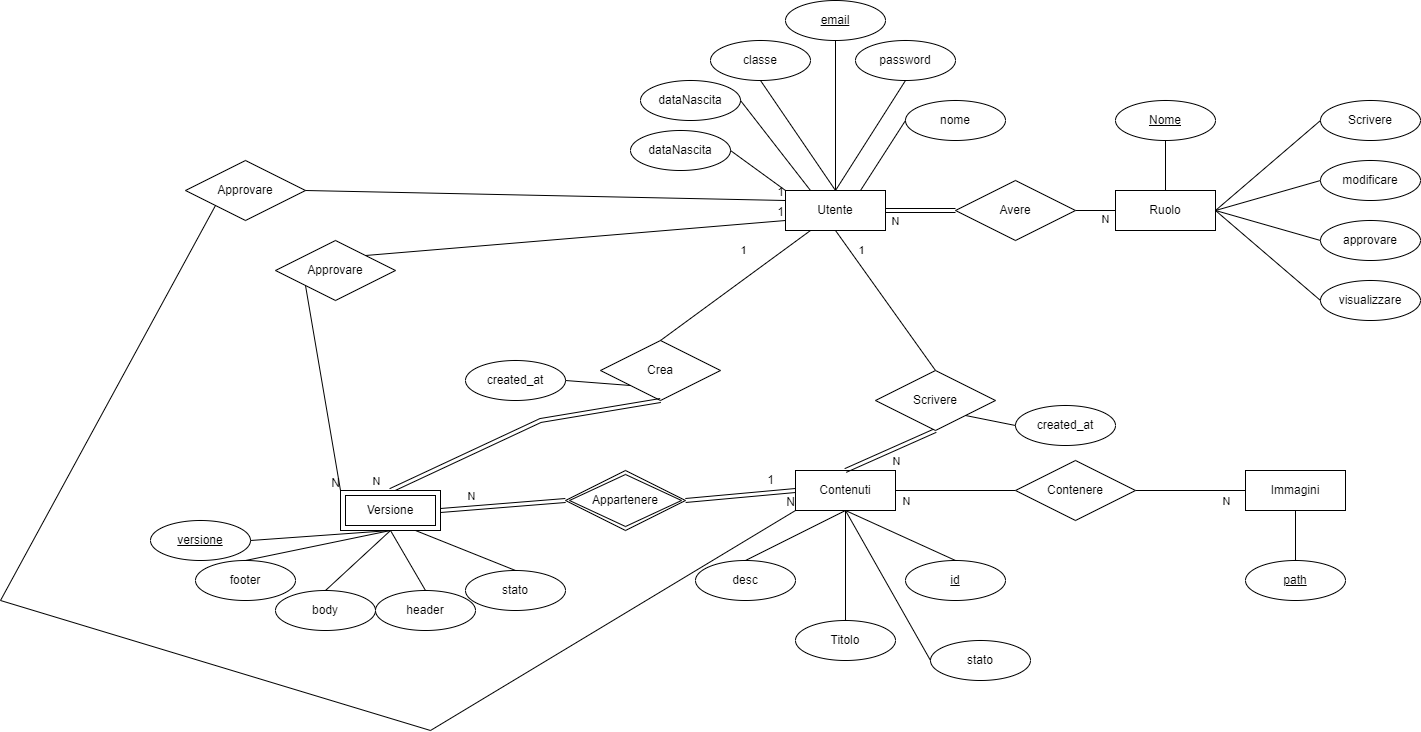
Before: assets/schemas/SchemaER.drawio.png, a diagram exported from draw.io (AngeloRipamonti/5C_WikiStudenti_DiDonnaKotisRipamontiTacconi). Source tidied: cells renumbered, new cells last; positions are measured from the earlier drawing's top-left corner, leaving out a move shared by most shapes.
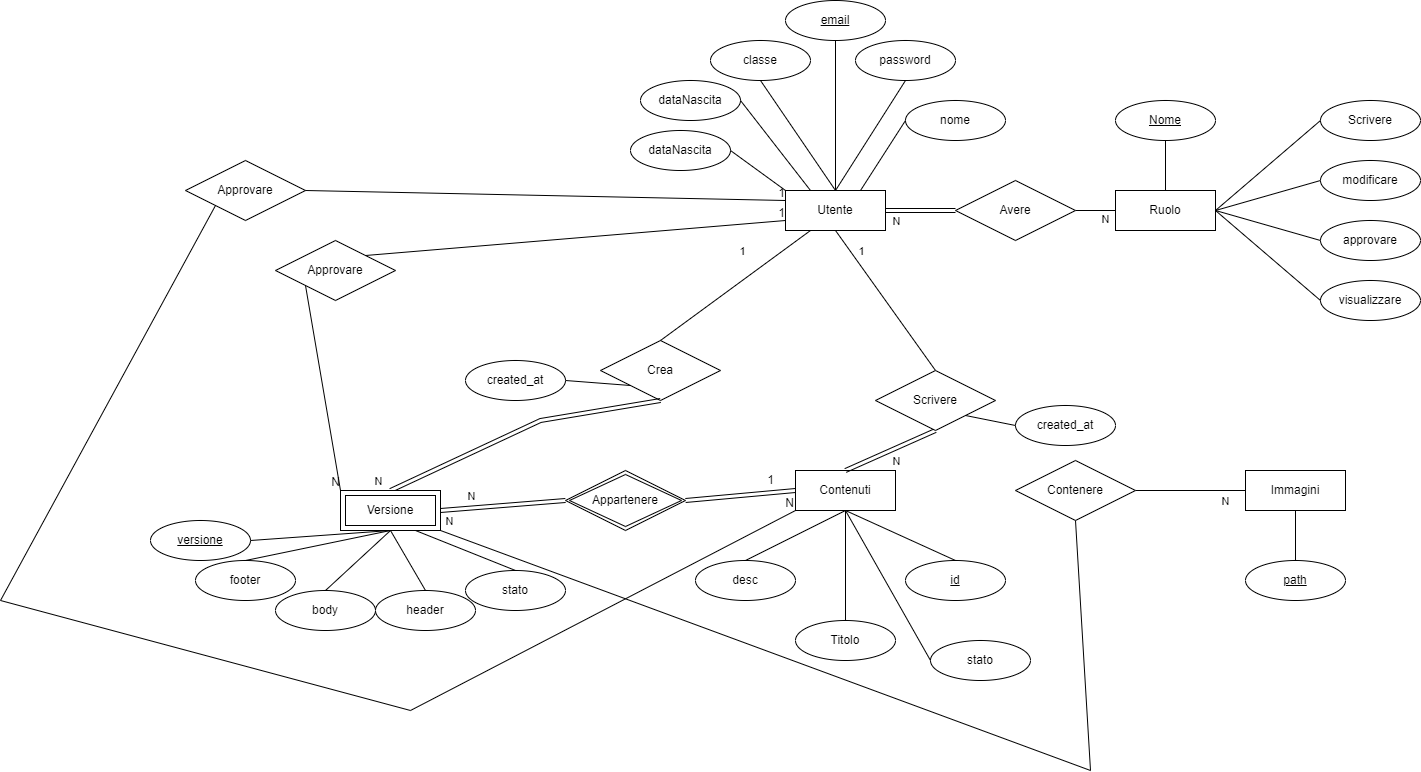
Above is the later version.

What changed in the source:
```diff
@@ -95,12 +95,16 @@
         <mxPoint x="33" y="10" as="offset" />
       </mxGeometry>
     </mxCell>
-    <mxCell id="31" style="endArrow=none;html=1;rounded=0;exitX=1;exitY=0.5;exitDx=0;exitDy=0;entryX=0;entryY=0.5;entryDx=0;entryDy=0;" parent="1" edge="1" source="4" target="33">
-      <mxGeometry relative="1" as="geometry" />
+    <mxCell id="31" style="endArrow=none;html=1;rounded=0;entryX=0.5;entryY=1;entryDx=0;entryDy=0;exitX=1;exitY=1;exitDx=0;exitDy=0;" parent="1" edge="1" source="58" target="33">
+      <mxGeometry relative="1" as="geometry">
+        <Array as="points">
+          <mxPoint x="1090" y="770" />
+        </Array>
+      </mxGeometry>
     </mxCell>
     <mxCell id="32" value="N" style="edgeLabel;html=1;align=center;verticalAlign=middle;" parent="31" vertex="1">
       <mxGeometry x="-0.05" relative="1" as="geometry">
-        <mxPoint x="-47" y="10" as="offset" />
+        <mxPoint x="-411" y="-165" as="offset" />
       </mxGeometry>
     </mxCell>
     <mxCell id="33" value="Contenere" style="shape=rhombus;perimeter=rhombusPerimeter;whiteSpace=wrap;html=1;align=center;" parent="1" vertex="1">
@@ -284,7 +288,7 @@
       <mxGeometry relative="1" as="geometry">
         <Array as="points">
           <mxPoint y="600" />
-          <mxPoint x="430" y="730" />
+          <mxPoint x="410" y="710" />
         </Array>
       </mxGeometry>
     </mxCell>
```
